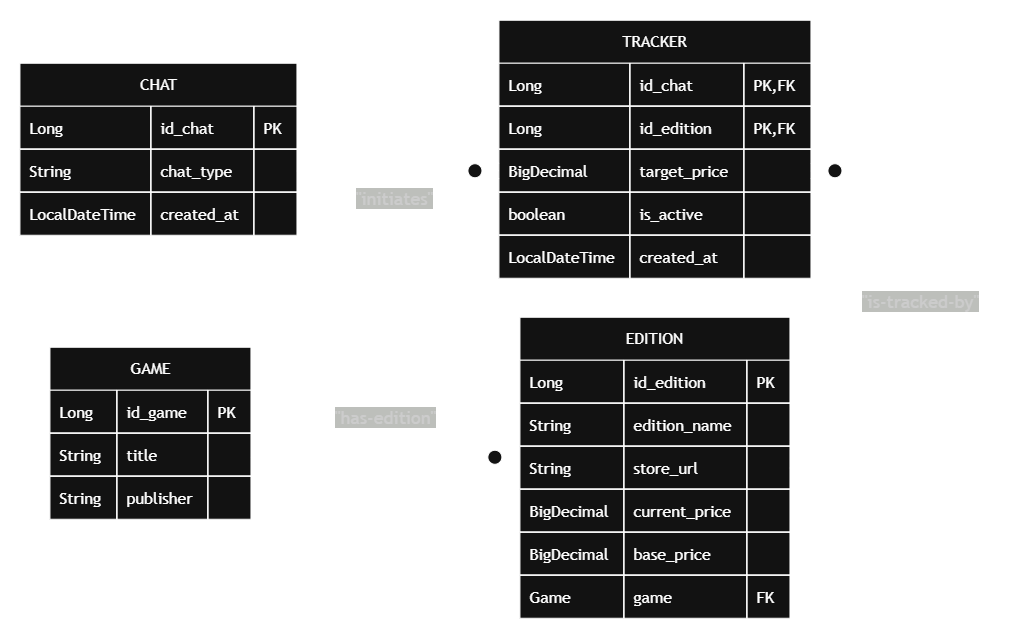
Above: docs/images/schema.png in franciscoboavida9/playstation-tracker (draw.io), before the change. Source tidied: cells renumbered, new cells last; positions are measured from the earlier drawing's top-left corner, leaving out a move shared by most shapes.
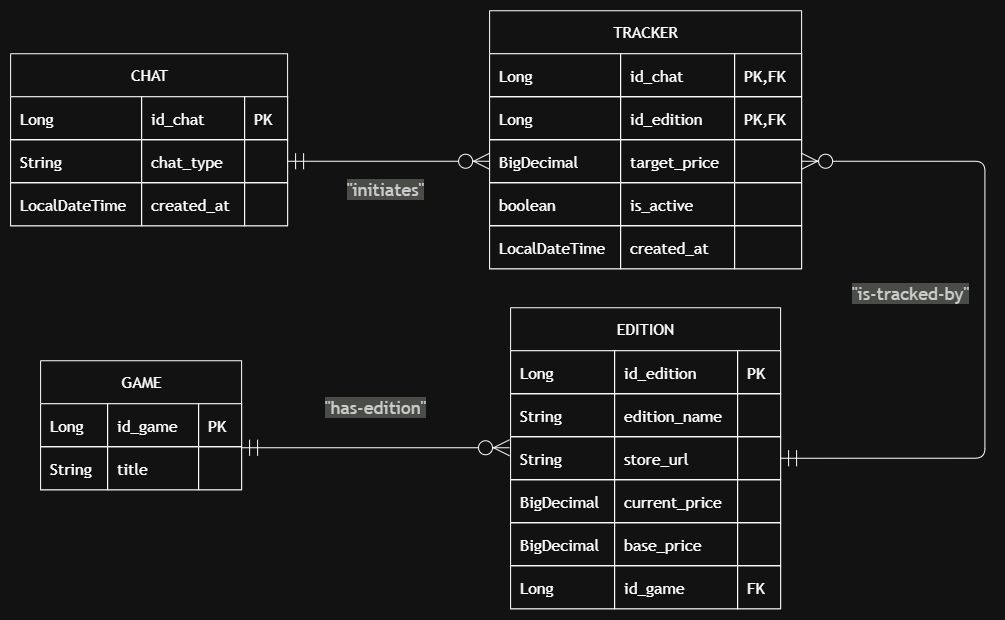
Above is the later version.

Commit message:
removed publisher update and updated schema

The edit, as a diff of the source:
```diff
@@ -3,10 +3,10 @@
     <mxCell id="0" />
     <mxCell id="1" parent="0" />
     <mxCell id="2" style="group;transparentBounds=1;editIcon=1;lockedGroup=0;groupPadding=10;fillColor=none;fontSize=16;" parent="1" vertex="1">
-      <mxGeometry as="geometry" />
+      <mxGeometry width="261" height="530" as="geometry" />
     </mxCell>
     <mxCell id="3" value="CHAT" style="shape=table;startSize=43;rowLines=1;fontSize=16;fontFamily=Trebuchet MS,Verdana,Arial,sans-serif;strokeWidth=1;align=center;html=1;" parent="2" vertex="1">
-      <mxGeometry x="20" y="106" width="277" height="172" as="geometry" />
+      <mxGeometry x="30" y="106" width="277" height="172" as="geometry" />
     </mxCell>
     <mxCell id="4" style="shape=tableRow;horizontal=0;startSize=0;swimlaneHead=0;swimlaneBody=1;strokeWidth=1;top=0;left=0;right=0;bottom=0;" parent="3" vertex="1">
       <mxGeometry y="43" width="277" height="43" as="geometry" />
@@ -45,7 +45,7 @@
       <mxGeometry x="234" width="43" height="43" as="geometry" />
     </mxCell>
     <mxCell id="16" value="TRACKER" style="shape=table;startSize=43;rowLines=1;fontSize=16;fontFamily=Trebuchet MS,Verdana,Arial,sans-serif;strokeWidth=1;align=center;html=1;" parent="2" vertex="1">
-      <mxGeometry x="499" y="63" width="312" height="258" as="geometry" />
+      <mxGeometry x="509" y="63" width="312" height="258" as="geometry" />
     </mxCell>
     <mxCell id="17" style="shape=tableRow;horizontal=0;startSize=0;swimlaneHead=0;swimlaneBody=1;strokeWidth=1;top=0;left=0;right=0;bottom=0;" parent="16" vertex="1">
       <mxGeometry y="43" width="312" height="43" as="geometry" />
@@ -108,7 +108,7 @@
       <mxGeometry x="245" width="67" height="43" as="geometry" />
     </mxCell>
     <mxCell id="37" value="EDITION" style="shape=table;startSize=43;rowLines=1;fontSize=16;fontFamily=Trebuchet MS,Verdana,Arial,sans-serif;strokeWidth=1;align=center;html=1;" parent="2" vertex="1">
-      <mxGeometry x="520" y="360" width="270" height="301" as="geometry" />
+      <mxGeometry x="530" y="360" width="270" height="301" as="geometry" />
     </mxCell>
     <mxCell id="38" style="shape=tableRow;horizontal=0;startSize=0;swimlaneHead=0;swimlaneBody=1;strokeWidth=1;top=0;left=0;right=0;bottom=0;" parent="37" vertex="1">
       <mxGeometry y="43" width="270" height="43" as="geometry" />
@@ -173,17 +173,17 @@
     <mxCell id="58" style="shape=tableRow;horizontal=0;startSize=0;swimlaneHead=0;swimlaneBody=1;strokeWidth=1;top=0;left=0;right=0;bottom=0;" parent="37" vertex="1">
       <mxGeometry y="258" width="270" height="43" as="geometry" />
     </mxCell>
-    <mxCell id="59" value="Game" style="shape=partialRectangle;strokeWidth=1;fontFamily=Trebuchet MS,Verdana,Arial,sans-serif;top=1;left=1;bottom=1;right=1;align=left;spacingLeft=8;overflow=hidden;fontSize=16;" parent="58" vertex="1">
+    <mxCell id="59" value="Long" style="shape=partialRectangle;strokeWidth=1;fontFamily=Trebuchet MS,Verdana,Arial,sans-serif;top=1;left=1;bottom=1;right=1;align=left;spacingLeft=8;overflow=hidden;fontSize=16;" parent="58" vertex="1">
       <mxGeometry width="104" height="43" as="geometry" />
     </mxCell>
-    <mxCell id="60" value="game" style="shape=partialRectangle;strokeWidth=1;fontFamily=Trebuchet MS,Verdana,Arial,sans-serif;top=1;left=1;bottom=1;right=1;align=left;spacingLeft=8;overflow=hidden;fontSize=16;" parent="58" vertex="1">
+    <mxCell id="60" value="id_game" style="shape=partialRectangle;strokeWidth=1;fontFamily=Trebuchet MS,Verdana,Arial,sans-serif;top=1;left=1;bottom=1;right=1;align=left;spacingLeft=8;overflow=hidden;fontSize=16;" parent="58" vertex="1">
       <mxGeometry x="104" width="123" height="43" as="geometry" />
     </mxCell>
     <mxCell id="61" value="FK" style="shape=partialRectangle;strokeWidth=1;fontFamily=Trebuchet MS,Verdana,Arial,sans-serif;top=1;left=1;bottom=1;right=1;align=left;spacingLeft=8;overflow=hidden;fontSize=16;" parent="58" vertex="1">
       <mxGeometry x="227" width="43" height="43" as="geometry" />
     </mxCell>
     <mxCell id="62" value="GAME" style="shape=table;startSize=43;rowLines=1;fontSize=16;fontFamily=Trebuchet MS,Verdana,Arial,sans-serif;strokeWidth=1;align=center;html=1;" parent="2" vertex="1">
-      <mxGeometry x="50" y="390" width="201" height="172" as="geometry" />
+      <mxGeometry x="60" y="413" width="201" height="129" as="geometry" />
     </mxCell>
     <mxCell id="63" style="shape=tableRow;horizontal=0;startSize=0;swimlaneHead=0;swimlaneBody=1;strokeWidth=1;top=0;left=0;right=0;bottom=0;" parent="62" vertex="1">
       <mxGeometry y="43" width="201" height="43" as="geometry" />
@@ -209,32 +209,20 @@
     <mxCell id="70" style="shape=partialRectangle;strokeWidth=1;fontFamily=Trebuchet MS,Verdana,Arial,sans-serif;top=1;left=1;bottom=1;right=1;align=left;spacingLeft=8;overflow=hidden;fontSize=16;" parent="67" vertex="1">
       <mxGeometry x="158" width="43" height="43" as="geometry" />
     </mxCell>
-    <mxCell id="71" style="shape=tableRow;horizontal=0;startSize=0;swimlaneHead=0;swimlaneBody=1;strokeWidth=1;top=0;left=0;right=0;bottom=0;" parent="62" vertex="1">
-      <mxGeometry y="129" width="201" height="43" as="geometry" />
-    </mxCell>
-    <mxCell id="72" value="String" style="shape=partialRectangle;strokeWidth=1;fontFamily=Trebuchet MS,Verdana,Arial,sans-serif;top=1;left=1;bottom=1;right=1;align=left;spacingLeft=8;overflow=hidden;fontSize=16;" parent="71" vertex="1">
-      <mxGeometry width="67" height="43" as="geometry" />
-    </mxCell>
-    <mxCell id="73" value="publisher" style="shape=partialRectangle;strokeWidth=1;fontFamily=Trebuchet MS,Verdana,Arial,sans-serif;top=1;left=1;bottom=1;right=1;align=left;spacingLeft=8;overflow=hidden;fontSize=16;" parent="71" vertex="1">
-      <mxGeometry x="67" width="91" height="43" as="geometry" />
-    </mxCell>
-    <mxCell id="74" style="shape=partialRectangle;strokeWidth=1;fontFamily=Trebuchet MS,Verdana,Arial,sans-serif;top=1;left=1;bottom=1;right=1;align=left;spacingLeft=8;overflow=hidden;fontSize=16;" parent="71" vertex="1">
-      <mxGeometry x="158" width="43" height="43" as="geometry" />
-    </mxCell>
     <mxCell id="75" value="&quot;initiates&quot;" style="curved=0;startArrow=ERmandOne;startSize=14;endArrow=ERzeroToMany;endSize=14;strokeWidth=1;html=1;fontSize=18;labelBackgroundColor=light-dark(#F8FFEC4D,#2a2a2a4D);fontFamily=Trebuchet MS,Verdana,Arial,sans-serif;fontColor=light-dark(#333333,#cccccc);rounded=1;edgeStyle=orthogonalEdgeStyle;" parent="2" edge="1" source="8" target="25">
       <mxGeometry x="-0.03" y="-28" relative="1" as="geometry" />
     </mxCell>
     <mxCell id="76" value="&quot;is-tracked-by&quot;" style="curved=0;startArrow=ERmandOne;startSize=14;endArrow=ERzeroToMany;endSize=14;strokeWidth=1;html=1;fontSize=18;labelBackgroundColor=light-dark(#F8FFEC4D,#2a2a2a4D);fontFamily=Trebuchet MS,Verdana,Arial,sans-serif;fontColor=light-dark(#333333,#cccccc);rounded=1;edgeStyle=orthogonalEdgeStyle;exitX=1;exitY=0.5;entryX=1;entryY=0.5;exitDx=0;exitDy=0;entryDx=0;entryDy=0;" parent="2" edge="1" source="46" target="25">
       <mxGeometry x="0.08" y="74" relative="1" as="geometry">
         <Array as="points">
-          <mxPoint x="994.3" y="510.5" />
-          <mxPoint x="994.3" y="213.5" />
+          <mxPoint x="1004.3" y="510.5" />
+          <mxPoint x="1004.3" y="213.5" />
         </Array>
       </mxGeometry>
     </mxCell>
     <mxCell id="77" value="&quot;has-edition&quot;" style="curved=0;startArrow=ERmandOne;startSize=14;endArrow=ERzeroToMany;endSize=14;strokeWidth=1;html=1;fontSize=18;labelBackgroundColor=light-dark(#F8FFEC4D,#2a2a2a4D);fontFamily=Trebuchet MS,Verdana,Arial,sans-serif;fontColor=light-dark(#333333,#cccccc);rounded=1;edgeStyle=orthogonalEdgeStyle;exitX=1;exitY=0.5;entryX=-0.004;entryY=0.256;entryDx=0;entryDy=0;entryPerimeter=0;" parent="2" edge="1" target="46">
       <mxGeometry y="40" relative="1" as="geometry">
-        <mxPoint x="251" y="500" as="sourcePoint" />
+        <mxPoint x="261" y="500" as="sourcePoint" />
       </mxGeometry>
     </mxCell>
   </root>
```
